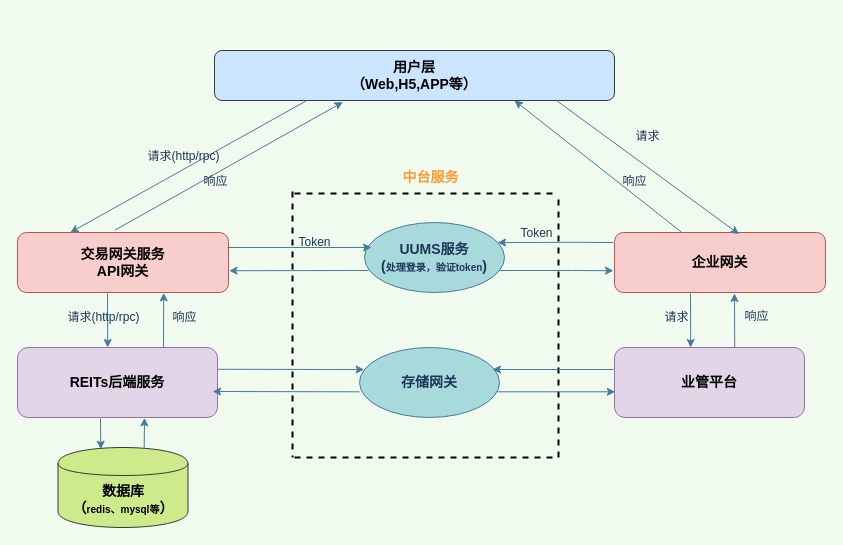
Earlier version of the draw.io diagram page "REITs交易组件图" (1 of 5) of REITs_UML.drawio (lppgo/001UML). Source tidied: cells renumbered, new cells numbered last; positions are measured from the earlier drawing's top-left corner, leaving out a move shared by most shapes. Both pictures are drawn from the tidied source at 100%, with x=0, y=0 at pixel (17, 50).
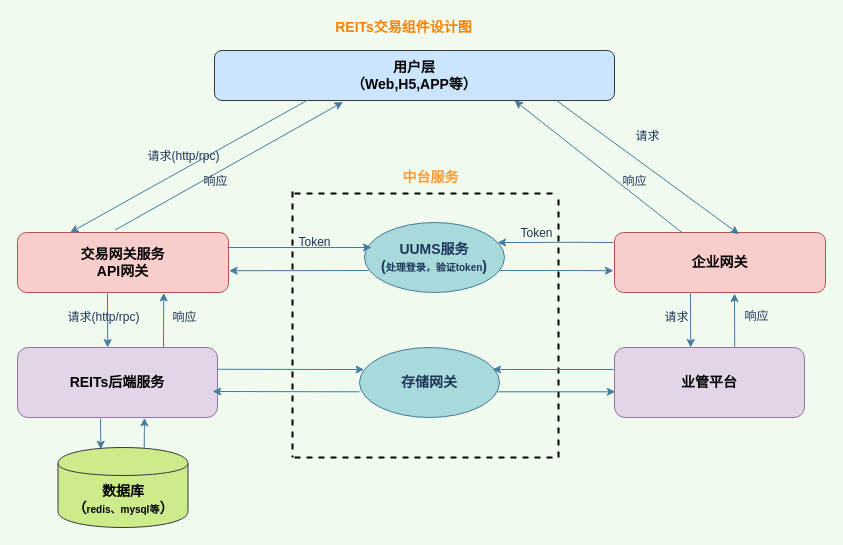
The same diagram, later.

What changed in the source:
```diff
@@
+    <mxCell id="43" value="&lt;font style=&quot;font-size: 14px&quot; color=&quot;#ff8000&quot;&gt;&lt;b&gt;REITs交易组件设计图&lt;/b&gt;&lt;/font&gt;" style="text;html=1;align=center;verticalAlign=middle;fillColor=none;strokeColor=none;rounded=0;dashed=1;dashPattern=1 2;sketch=0;fontColor=#5C5C5C;" parent="1" vertex="1">
+      <mxGeometry x="311" y="-33" width="150" height="20" as="geometry" />
+    </mxCell>
```
